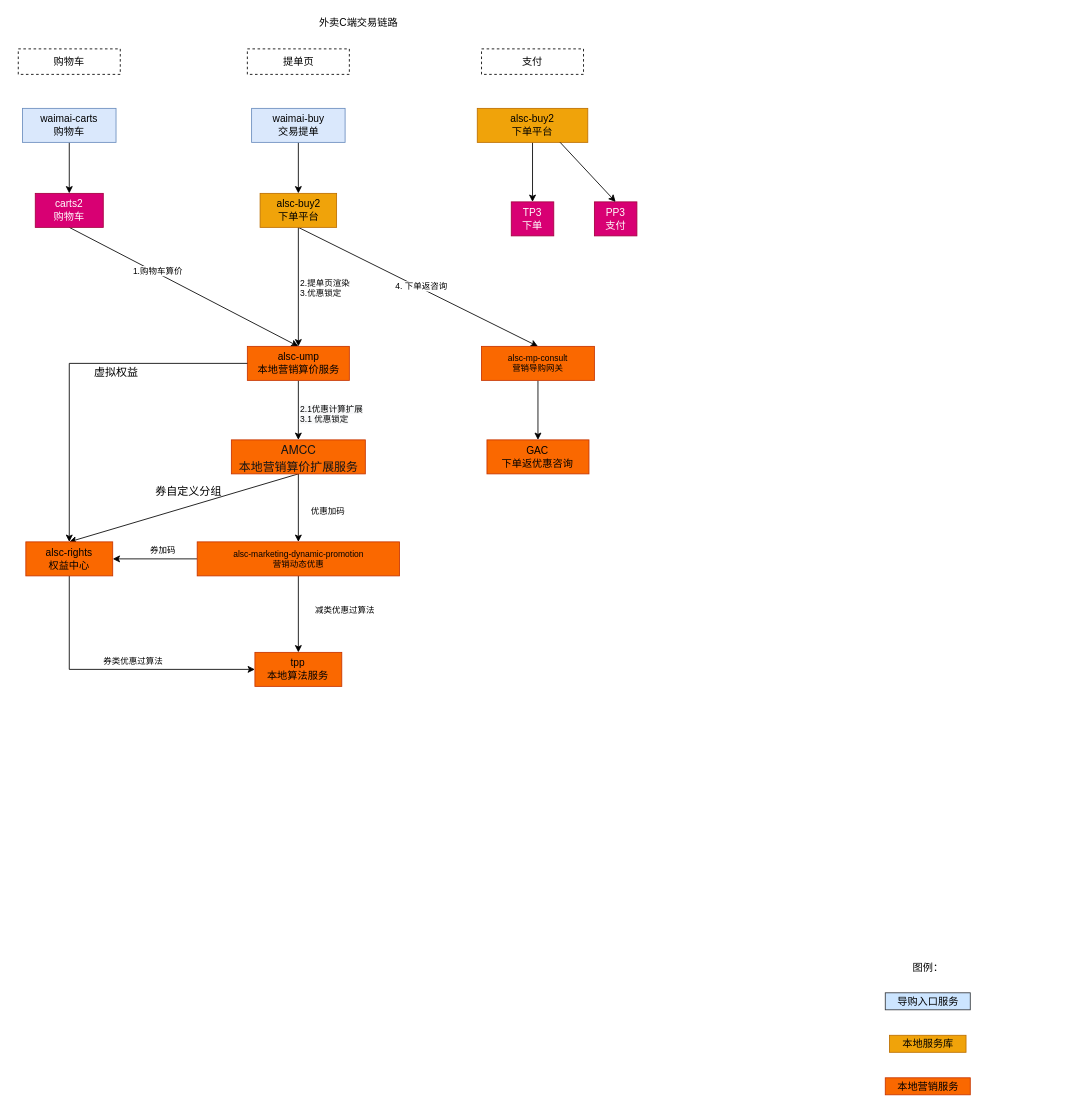
Above: page "C端交易链路" (4 of 4) of 营销业务梳理.drawio in jon-kong/draw.io (draw.io), before the change. Source tidied: cells renumbered, new cells numbered last; positions are measured from the earlier drawing's top-left corner, leaving out a move shared by most shapes. Both pictures are drawn from the tidied source at 85%, with x=0, y=0 at pixel (18, 14).
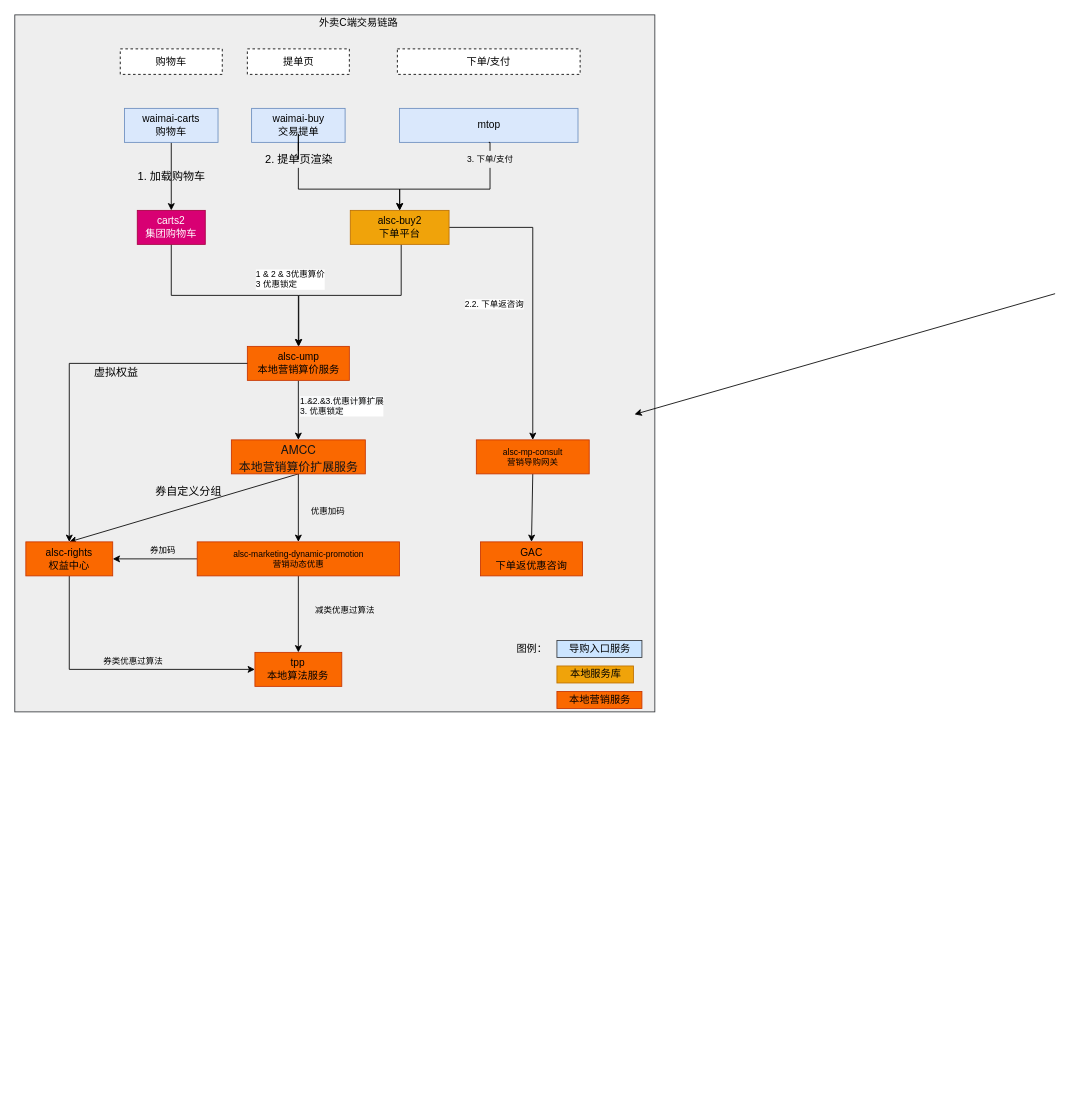
After the change.

Unchanged cells that the change refers to:
```xml
<mxCell id="9" value="waimai-buy&lt;br&gt;交易提单" style="rounded=0;whiteSpace=wrap;html=1;fillColor=#dae8fc;strokeColor=#6c8ebf;" parent="1" vertex="1">
  <mxGeometry x="274.5" y="110" width="110" height="40" as="geometry" />
</mxCell>
<mxCell id="28" style="edgeStyle=none;rounded=0;sketch=0;jumpStyle=arc;jumpSize=6;jettySize=auto;html=1;exitX=0.5;exitY=1;exitDx=0;exitDy=0;entryX=0.5;entryY=0;entryDx=0;entryDy=0;shadow=0;fontSize=13;strokeColor=default;" parent="1" edge="1" source="30" target="34">
  <mxGeometry relative="1" as="geometry" />
</mxCell>
<mxCell id="30" value="alsc-ump&lt;br style=&quot;font-size: 12px;&quot;&gt;本地营销算价服务" style="rounded=0;fontSize=12;labelBackgroundColor=none;html=1;whiteSpace=wrap;fillColor=#fa6800;fontColor=#000000;strokeColor=#C73500;" parent="1" vertex="1">
  <mxGeometry x="269.5" y="390" width="120" height="40" as="geometry" />
</mxCell>
```

The edit, as a diff of the source:
```diff
@@
+    <mxCell id="49" style="rounded=0;whiteSpace=wrap;html=1;labelBackgroundColor=none;fontSize=10;fillColor=#eeeeee;strokeColor=#36393d;" parent="1" vertex="1">
+      <mxGeometry x="-4.1" width="753" height="820" as="geometry" />
+    </mxCell>
     <mxCell id="2" value="购物车" style="rounded=0;whiteSpace=wrap;html=1;dashed=1;labelBackgroundColor=none;fontSize=12;" parent="1" vertex="1">
-      <mxGeometry y="40" width="120" height="30" as="geometry" />
+      <mxGeometry x="120" y="40" width="120" height="30" as="geometry" />
     </mxCell>
@@
     <mxCell id="5" value="waimai-carts&lt;br&gt;购物车" style="rounded=0;whiteSpace=wrap;html=1;fillColor=#dae8fc;strokeColor=#6c8ebf;" parent="1" vertex="1">
-      <mxGeometry x="5" y="110" width="110" height="40" as="geometry" />
+      <mxGeometry x="125" y="110" width="110" height="40" as="geometry" />
     </mxCell>
-    <mxCell id="6" style="rounded=0;jettySize=auto;html=1;fontSize=12;exitX=0.5;exitY=1;exitDx=0;exitDy=0;entryX=0.5;entryY=0;entryDx=0;entryDy=0;" parent="1" edge="1" source="7" target="18">
-      <mxGeometry relative="1" as="geometry" />
-    </mxCell>
-    <mxCell id="7" value="alsc-buy2&lt;br style=&quot;font-size: 12px&quot;&gt;下单平台" style="rounded=0;fontSize=12;labelBackgroundColor=none;html=1;whiteSpace=wrap;fillColor=#f0a30a;fontColor=#000000;strokeColor=#BD7000;" parent="1" vertex="1">
-      <mxGeometry x="540" y="110" width="130" height="40" as="geometry" />
-    </mxCell>
-    <mxCell id="8" style="edgeStyle=none;rounded=0;jettySize=auto;html=1;exitX=0.5;exitY=1;exitDx=0;exitDy=0;entryX=0.5;entryY=0;entryDx=0;entryDy=0;fontSize=12;" parent="1" edge="1" source="9" target="17">
+    <mxCell id="8" style="edgeStyle=orthogonalEdgeStyle;rounded=0;jettySize=auto;html=1;exitX=0.5;exitY=1;exitDx=0;exitDy=0;fontSize=12;startArrow=none;" parent="1" edge="1" source="54" target="17">
       <mxGeometry relative="1" as="geometry" />
     </mxCell>
@@
-    <mxCell id="10" style="edgeStyle=none;rounded=0;sketch=0;jumpStyle=arc;jumpSize=6;jettySize=auto;html=1;exitX=0.5;exitY=1;exitDx=0;exitDy=0;shadow=0;fontSize=10;strokeColor=default;entryX=0.5;entryY=0;entryDx=0;entryDy=0;" parent="1" edge="1" source="12" target="30">
+    <mxCell id="10" style="edgeStyle=orthogonalEdgeStyle;rounded=0;sketch=0;jumpStyle=arc;jumpSize=6;jettySize=auto;html=1;exitX=0.5;exitY=1;exitDx=0;exitDy=0;shadow=0;fontSize=10;strokeColor=default;entryX=0.5;entryY=0;entryDx=0;entryDy=0;" parent="1" edge="1" source="12" target="30">
       <mxGeometry relative="1" as="geometry" />
     </mxCell>
-    <mxCell id="11" value="1.购物车算价" style="edgeLabel;html=1;align=center;verticalAlign=middle;fontSize=10;" parent="10" vertex="1">
-      <mxGeometry x="-0.24" y="3" relative="1" as="geometry" />
+    <mxCell id="11" value="1 &amp;amp; 2 &amp;amp; 3优惠算价&lt;br&gt;3 优惠锁定" style="edgeLabel;html=1;align=left;verticalAlign=middle;fontSize=10;" parent="10" vertex="1">
+      <mxGeometry x="-0.24" y="3" relative="1" as="geometry">
+        <mxPoint x="56" y="-17" as="offset" />
+      </mxGeometry>
     </mxCell>
-    <mxCell id="12" value="carts2&lt;br style=&quot;font-size: 12px&quot;&gt;购物车" style="rounded=0;fontSize=12;labelBackgroundColor=none;html=1;whiteSpace=wrap;fillColor=#d80073;fontColor=#ffffff;strokeColor=#A50040;" parent="1" vertex="1">
-      <mxGeometry x="20" y="210" width="80" height="40" as="geometry" />
+    <mxCell id="12" value="carts2&lt;br style=&quot;font-size: 12px&quot;&gt;集团购物车" style="rounded=0;fontSize=12;labelBackgroundColor=none;html=1;whiteSpace=wrap;fillColor=#d80073;fontColor=#ffffff;strokeColor=#A50040;" parent="1" vertex="1">
+      <mxGeometry x="140" y="230" width="80" height="40" as="geometry" />
     </mxCell>
-    <mxCell id="13" style="edgeStyle=none;rounded=0;jettySize=auto;html=1;exitX=0.5;exitY=1;exitDx=0;exitDy=0;fontSize=12;" parent="1" edge="1" source="17" target="30">
-      <mxGeometry relative="1" as="geometry" />
+    <mxCell id="13" style="edgeStyle=orthogonalEdgeStyle;rounded=0;jettySize=auto;html=1;exitX=0.5;exitY=1;exitDx=0;exitDy=0;fontSize=12;" parent="1" edge="1" target="30">
+      <mxGeometry relative="1" as="geometry">
+        <mxPoint x="450.5" y="270" as="sourcePoint" />
+        <Array as="points">
+          <mxPoint x="450" y="330" />
+          <mxPoint x="330" y="330" />
+        </Array>
+      </mxGeometry>
     </mxCell>
-    <mxCell id="14" value="2.提单页渲染&lt;br&gt;3.优惠锁定" style="edgeLabel;html=1;align=left;verticalAlign=middle;fontSize=10;" parent="13" vertex="1">
-      <mxGeometry x="-0.31" y="-2" relative="1" as="geometry">
-        <mxPoint x="2" y="22" as="offset" />
-      </mxGeometry>
-    </mxCell>
-    <mxCell id="15" style="edgeStyle=none;rounded=0;sketch=0;jumpStyle=arc;jumpSize=6;jettySize=auto;html=1;exitX=0.5;exitY=1;exitDx=0;exitDy=0;entryX=0.5;entryY=0;entryDx=0;entryDy=0;shadow=0;fontSize=10;strokeColor=default;" parent="1" edge="1" source="17" target="27">
+    <mxCell id="15" style="edgeStyle=orthogonalEdgeStyle;rounded=0;sketch=0;jumpStyle=arc;jumpSize=6;jettySize=auto;html=1;exitX=1;exitY=0.5;exitDx=0;exitDy=0;entryX=0.5;entryY=0;entryDx=0;entryDy=0;shadow=0;fontSize=10;strokeColor=default;" parent="1" edge="1" source="17" target="27">
       <mxGeometry relative="1" as="geometry" />
     </mxCell>
-    <mxCell id="16" value="4. 下单返咨询" style="edgeLabel;html=1;align=center;verticalAlign=middle;fontSize=10;" parent="15" vertex="1">
-      <mxGeometry x="0.01" y="3" relative="1" as="geometry" />
+    <mxCell id="16" value="2.2. 下单返咨询" style="edgeLabel;html=1;align=center;verticalAlign=middle;fontSize=10;" parent="15" vertex="1">
+      <mxGeometry x="0.01" y="3" relative="1" as="geometry">
+        <mxPoint x="-49" y="12" as="offset" />
+      </mxGeometry>
     </mxCell>
     <mxCell id="17" value="alsc-buy2&lt;br style=&quot;font-size: 12px&quot;&gt;下单平台" style="rounded=0;fontSize=12;labelBackgroundColor=none;html=1;whiteSpace=wrap;fillColor=#f0a30a;fontColor=#000000;strokeColor=#BD7000;" parent="1" vertex="1">
-      <mxGeometry x="284.5" y="210" width="90" height="40" as="geometry" />
+      <mxGeometry x="390.6" y="230" width="116.2" height="40" as="geometry" />
     </mxCell>
-    <mxCell id="18" value="TP3&lt;br style=&quot;font-size: 12px&quot;&gt;下单" style="rounded=0;fontSize=12;labelBackgroundColor=none;html=1;whiteSpace=wrap;fillColor=#d80073;fontColor=#ffffff;strokeColor=#A50040;" parent="1" vertex="1">
-      <mxGeometry x="580" y="220" width="50" height="40" as="geometry" />
-    </mxCell>
-    <mxCell id="19" value="PP3&lt;br style=&quot;font-size: 12px&quot;&gt;支付" style="rounded=0;fontSize=12;labelBackgroundColor=none;html=1;whiteSpace=wrap;fillColor=#d80073;fontColor=#ffffff;strokeColor=#A50040;" parent="1" vertex="1">
-      <mxGeometry x="677.8" y="220" width="50" height="40" as="geometry" />
-    </mxCell>
-    <mxCell id="20" style="rounded=0;jettySize=auto;html=1;fontSize=12;exitX=0.75;exitY=1;exitDx=0;exitDy=0;entryX=0.5;entryY=0;entryDx=0;entryDy=0;" parent="1" edge="1" source="7" target="19">
-      <mxGeometry relative="1" as="geometry" />
+    <mxCell id="20" style="rounded=0;orthogonalLoop=1;jettySize=auto;html=1;fontSize=12;entryX=0.5;entryY=0;entryDx=0;entryDy=0;exitX=1;exitY=1;exitDx=0;exitDy=0;" parent="1" edge="1">
+      <mxGeometry relative="1" as="geometry">
+        <mxPoint x="1219.8" y="328" as="sourcePoint" />
+        <mxPoint x="725" y="470" as="targetPoint" />
+      </mxGeometry>
     </mxCell>
@@
-    <mxCell id="22" value="支付" style="rounded=0;whiteSpace=wrap;html=1;dashed=1;labelBackgroundColor=none;fontSize=12;" parent="1" vertex="1">
-      <mxGeometry x="545" y="40" width="120" height="30" as="geometry" />
+    <mxCell id="22" value="下单/支付" style="rounded=0;whiteSpace=wrap;html=1;dashed=1;labelBackgroundColor=none;fontSize=12;" parent="1" vertex="1">
+      <mxGeometry x="446" y="40" width="215" height="30" as="geometry" />
     </mxCell>
@@
     <mxCell id="27" value="alsc-mp-consult&lt;br&gt;营销导购网关" style="rounded=0;fontSize=10;labelBackgroundColor=none;html=1;whiteSpace=wrap;fillColor=#fa6800;fontColor=#000000;strokeColor=#C73500;" parent="1" vertex="1">
-      <mxGeometry x="545" y="390" width="132.8" height="40" as="geometry" />
+      <mxGeometry x="538.9" y="500" width="132.8" height="40" as="geometry" />
     </mxCell>
@@
-    <mxCell id="29" value="&lt;span style=&quot;font-size: 10px ; background-color: rgb(248 , 249 , 250)&quot;&gt;2.1优惠计算扩展&lt;br&gt;3.1 优惠锁定&lt;br&gt;&lt;/span&gt;" style="edgeLabel;html=1;align=left;verticalAlign=middle;fontSize=10;" parent="28" vertex="1">
+    <mxCell id="29" value="&lt;span style=&quot;font-size: 10px ; background-color: rgb(248 , 249 , 250)&quot;&gt;1.&amp;amp;2.&amp;amp;3.优惠计算扩展&lt;br&gt;3. 优惠锁定&lt;br&gt;&lt;/span&gt;" style="edgeLabel;html=1;align=left;verticalAlign=middle;fontSize=10;" parent="28" vertex="1">
       <mxGeometry x="-0.34" y="-5" relative="1" as="geometry">
-        <mxPoint x="5" y="16" as="offset" />
+        <mxPoint x="5" y="6" as="offset" />
       </mxGeometry>
     </mxCell>
@@
     <mxCell id="41" value="GAC&lt;br style=&quot;font-size: 12px&quot;&gt;下单返优惠咨询" style="rounded=0;fontSize=12;labelBackgroundColor=none;html=1;whiteSpace=wrap;fillColor=#fa6800;fontColor=#000000;strokeColor=#C73500;" parent="1" vertex="1">
-      <mxGeometry x="551.4" y="500" width="120" height="40" as="geometry" />
+      <mxGeometry x="543.8" y="620" width="120" height="40" as="geometry" />
     </mxCell>
@@
     <mxCell id="44" value="本地营销服务" style="text;html=1;align=center;verticalAlign=middle;strokeColor=#C73500;fillColor=#fa6800;fontSize=12;fontColor=#000000;" parent="1" vertex="1">
-      <mxGeometry x="1020" y="1250.5" width="100" height="20" as="geometry" />
+      <mxGeometry x="633.7" y="796" width="100" height="20" as="geometry" />
     </mxCell>
     <mxCell id="45" value="本地服务库" style="text;html=1;align=center;verticalAlign=middle;strokeColor=#BD7000;fillColor=#f0a30a;fontSize=12;fontColor=#000000;" parent="1" vertex="1">
-      <mxGeometry x="1025" y="1200.5" width="90" height="20" as="geometry" />
+      <mxGeometry x="633.7" y="766" width="90" height="20" as="geometry" />
     </mxCell>
     <mxCell id="46" value="图例：" style="text;html=1;align=center;verticalAlign=middle;strokeColor=none;fillColor=none;fontSize=12;" parent="1" vertex="1">
-      <mxGeometry x="1040" y="1110.5" width="60" height="20" as="geometry" />
+      <mxGeometry x="573.7" y="736" width="60" height="20" as="geometry" />
     </mxCell>
     <mxCell id="47" value="导购入口服务" style="text;html=1;align=center;verticalAlign=middle;strokeColor=#36393d;fillColor=#cce5ff;fontSize=12;" parent="1" vertex="1">
-      <mxGeometry x="1020" y="1150.5" width="100" height="20" as="geometry" />
+      <mxGeometry x="633.7" y="736" width="100" height="20" as="geometry" />
     </mxCell>
@@
+    <mxCell id="50" style="edgeStyle=orthogonalEdgeStyle;rounded=0;sketch=0;jumpStyle=arc;jumpSize=6;jettySize=auto;html=1;exitX=0.5;exitY=1;exitDx=0;exitDy=0;entryX=0.5;entryY=0;entryDx=0;entryDy=0;shadow=0;fontSize=10;strokeColor=default;startArrow=none;" parent="1" edge="1" source="56" target="17">
+      <mxGeometry relative="1" as="geometry" />
+    </mxCell>
+    <mxCell id="51" value="mtop" style="rounded=0;whiteSpace=wrap;html=1;fillColor=#dae8fc;strokeColor=#6c8ebf;" parent="1" vertex="1">
+      <mxGeometry x="448.5" y="110" width="210" height="40" as="geometry" />
+    </mxCell>
+    <mxCell id="52" value="1. 加载购物车" style="text;html=1;align=center;verticalAlign=middle;strokeColor=none;fillColor=none;fontSize=13;" parent="1" vertex="1">
+      <mxGeometry x="130" y="180" width="100" height="20" as="geometry" />
+    </mxCell>
+    <mxCell id="53" style="edgeStyle=none;rounded=0;sketch=0;jumpStyle=arc;jumpSize=6;orthogonalLoop=1;jettySize=auto;html=1;exitX=0.5;exitY=1;exitDx=0;exitDy=0;shadow=0;fontSize=10;strokeColor=default;" parent="1" edge="1">
+      <mxGeometry relative="1" as="geometry">
+        <mxPoint x="725" y="470" as="targetPoint" />
+      </mxGeometry>
+    </mxCell>
+    <mxCell id="54" value="2. 提单页渲染" style="text;html=1;align=center;verticalAlign=middle;points=[];strokeColor=none;fillColor=none;fontSize=13;" parent="1" vertex="1">
+      <mxGeometry x="279.5" y="160" width="100" height="20" as="geometry" />
+    </mxCell>
+    <mxCell id="55" style="edgeStyle=orthogonalEdgeStyle;rounded=0;jettySize=auto;html=1;exitX=0.5;exitY=1;exitDx=0;exitDy=0;fontSize=12;endArrow=none;" parent="1" edge="1" source="9" target="54">
+      <mxGeometry relative="1" as="geometry" />
+    </mxCell>
+    <mxCell id="56" value="3. 下单/支付" style="text;html=1;align=center;verticalAlign=middle;points=[];strokeColor=none;fillColor=none;fontSize=10;" parent="1" vertex="1">
+      <mxGeometry x="510" y="160" width="90" height="20" as="geometry" />
+    </mxCell>
+    <mxCell id="57" style="edgeStyle=orthogonalEdgeStyle;rounded=0;sketch=0;jumpStyle=arc;jumpSize=6;jettySize=auto;html=1;exitX=0.5;exitY=1;exitDx=0;exitDy=0;entryX=0.5;entryY=0;entryDx=0;entryDy=0;shadow=0;fontSize=10;strokeColor=default;endArrow=none;" parent="1" edge="1" source="51" target="56">
+      <mxGeometry relative="1" as="geometry" />
+    </mxCell>
```
